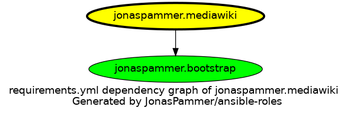
Above: graphs/dependencies_mediawiki.png in JonasPammer/ansible-roles (Graphviz), before the change. Its source is kept beside it as graphs/dependencies_mediawiki.dot.
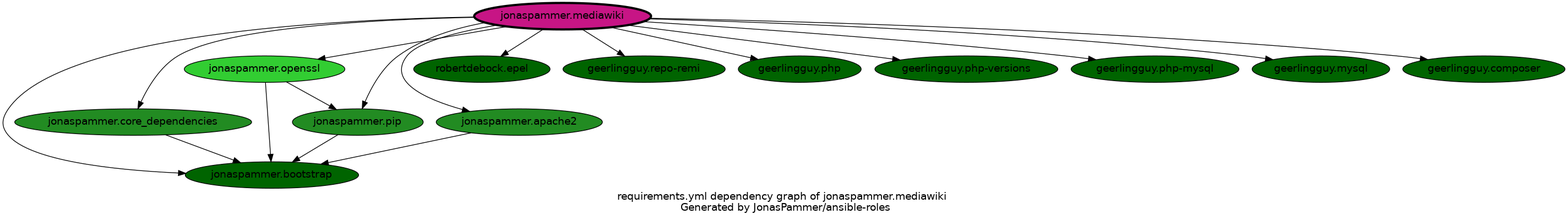
Later version of the same file.

What changed in the source:
```diff
@@ -3,10 +3,25 @@
   overlap=false
 
   {
-    "jonaspammer.mediawiki" [fillcolor=yellow style=filled penwidth=3]
-    "jonaspammer.bootstrap" [fillcolor=green style=filled ]
+    "jonaspammer.mediawiki" [fillcolor=mediumvioletred style=filled penwidth=3]
+    "jonaspammer.bootstrap" [fillcolor=darkgreen style=filled ]
+    "jonaspammer.core_dependencies" [fillcolor=forestgreen style=filled ]
+    "jonaspammer.openssl" [fillcolor=limegreen style=filled ]
+    "jonaspammer.pip" [fillcolor=forestgreen style=filled ]
+    "jonaspammer.apache2" [fillcolor=forestgreen style=filled ]
+    "robertdebock.epel" [fillcolor=darkgreen style=filled ]
+    "geerlingguy.repo-remi" [fillcolor=darkgreen style=filled ]
+    "geerlingguy.php" [fillcolor=darkgreen style=filled ]
+    "geerlingguy.php-versions" [fillcolor=darkgreen style=filled ]
+    "geerlingguy.php-mysql" [fillcolor=darkgreen style=filled ]
+    "geerlingguy.mysql" [fillcolor=darkgreen style=filled ]
+    "geerlingguy.composer" [fillcolor=darkgreen style=filled ]
   }
 
 
-  "jonaspammer.mediawiki" -> {"jonaspammer.bootstrap"}
+  "jonaspammer.mediawiki" -> {"jonaspammer.bootstrap" "jonaspammer.core_dependencies" "jonaspammer.openssl" "jonaspammer.pip" "jonaspammer.apache2" "robertdebock.epel" "geerlingguy.repo-remi" "geerlingguy.php" "geerlingguy.php-versions" "geerlingguy.php-mysql" "geerlingguy.mysql" "geerlingguy.composer"}
+  "jonaspammer.core_dependencies" -> {"jonaspammer.bootstrap"}
+  "jonaspammer.openssl" -> {"jonaspammer.pip" "jonaspammer.bootstrap"}
+  "jonaspammer.pip" -> {"jonaspammer.bootstrap"}
+  "jonaspammer.apache2" -> {"jonaspammer.bootstrap"}
 }
```
